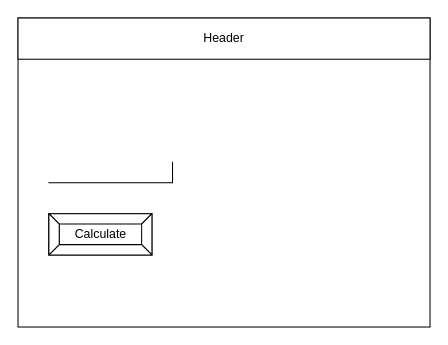
parsa-tahavori/ICS20-UNIT5-3 keeps this draw.io diagram as design/story-board.drawio. Above is the earlier version. Source tidied: cells renumbered, new cells numbered last; positions are measured from the earlier drawing's top-left corner, leaving out a move shared by most shapes. Both pictures are drawn from the tidied source at 103%, with x=0, y=0 at pixel (18, 18).
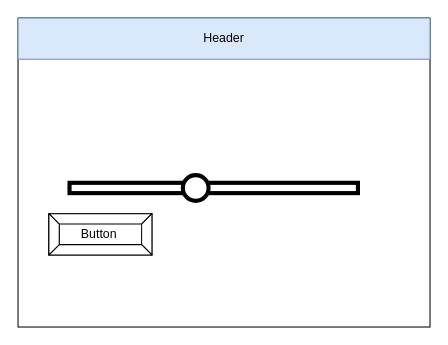
The same page after the edit.

Change to the diagram source:
```diff
@@
 <mxGraphModel>
   <root>
     <mxCell id="0" />
     <mxCell id="1" parent="0" />
     <mxCell id="2" style="rounded=0;whiteSpace=wrap;html=1;" parent="1" vertex="1">
       <mxGeometry width="400" height="300" as="geometry" />
     </mxCell>
-    <mxCell id="3" value="Header" style="rounded=0;whiteSpace=wrap;html=1;" parent="1" vertex="1">
+    <mxCell id="3" value="Header" style="rounded=0;whiteSpace=wrap;html=1;fillColor=#dae8fc;strokeColor=#6c8ebf;" parent="1" vertex="1">
       <mxGeometry width="400" height="40" as="geometry" />
     </mxCell>
-    <mxCell id="4" style="shape=partialRectangle;whiteSpace=wrap;html=1;top=0;left=0;fillColor=none;" parent="1" vertex="1">
-      <mxGeometry x="30" y="140" width="120" height="20" as="geometry" />
-    </mxCell>
-    <mxCell id="5" value="Calculate" style="labelPosition=center;verticalLabelPosition=middle;align=center;html=1;shape=mxgraph.basic.button;dx=10;" parent="1" vertex="1">
+    <mxCell id="5" value="Button&amp;nbsp;" style="labelPosition=center;verticalLabelPosition=middle;align=center;html=1;shape=mxgraph.basic.button;dx=10;" parent="1" vertex="1">
       <mxGeometry x="30" y="190" width="100" height="40" as="geometry" />
     </mxCell>
+    <mxCell id="6" style="rounded=0;whiteSpace=wrap;html=1;fontSize=14;strokeWidth=4;" parent="1" vertex="1">
+      <mxGeometry x="50" y="160" width="280" height="10" as="geometry" />
+    </mxCell>
+    <mxCell id="7" style="ellipse;whiteSpace=wrap;html=1;fontSize=14;strokeWidth=4;" parent="1" vertex="1">
+      <mxGeometry x="160" y="152.5" width="25" height="25" as="geometry" />
+    </mxCell>
   </root>
 </mxGraphModel>
```
